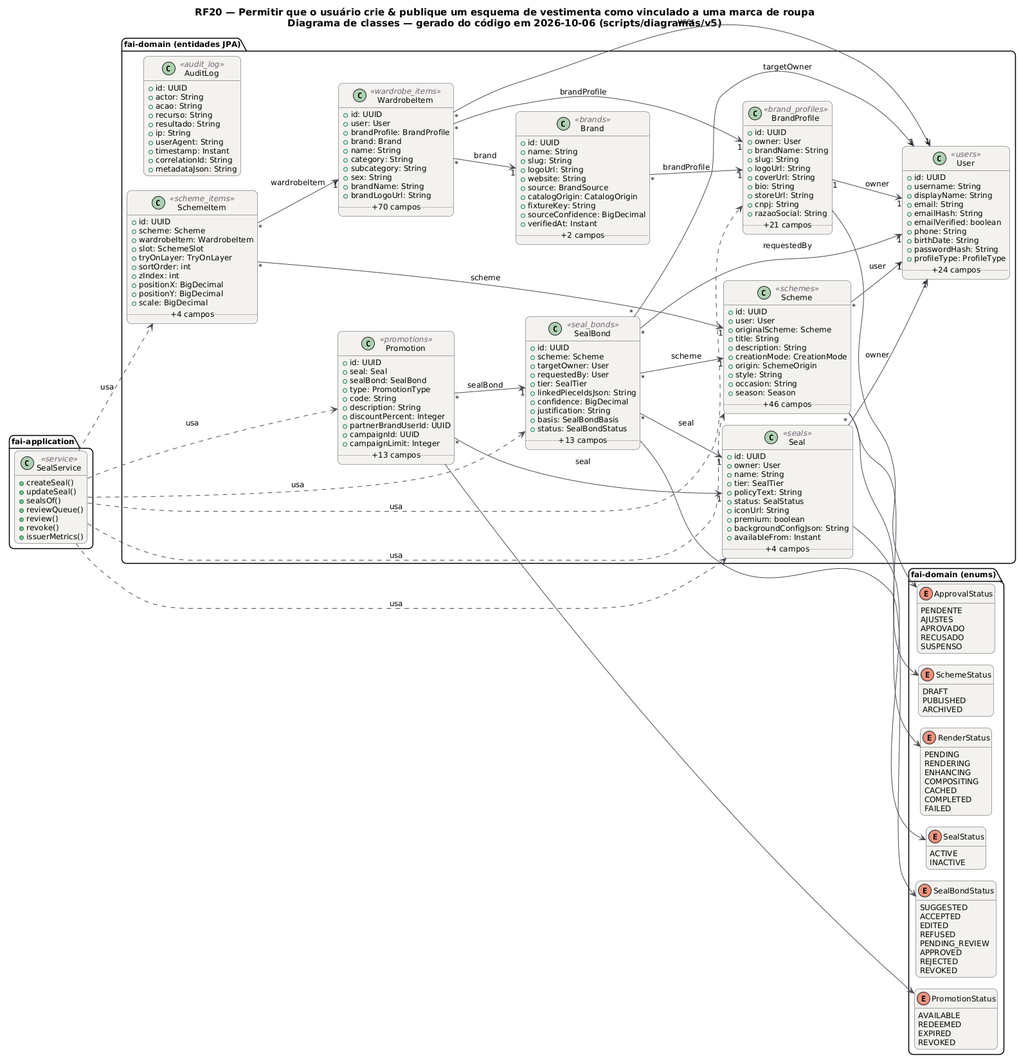
Earlier version of the PlantUML export docs/diagramas/RF20/RF20_Classes.png (MatheusHaliski/tcc-2026-fashion-ai-backend). Source of this version:
```plantuml
@startuml RF20_Classes
!pragma layout smetana
skinparam backgroundColor #FFFFFF
skinparam shadowing false
skinparam defaultFontName "DejaVu Sans"
skinparam defaultFontSize 12
skinparam titleFontSize 15
skinparam roundcorner 14
skinparam ArrowColor #52606D
skinparam note {
  BackgroundColor #FFFDEB
  BorderColor #D8CE78
  FontColor #554F24
}
skinparam class {
  BackgroundColor #F4F2EF
  BorderColor #4A4852
  ArrowColor #4A4852
  StereotypeFontColor #6B6470
}
hide empty members
left to right direction
title RF20 — Permitir que o usuário crie & publique um esquema de vestimenta como vinculado a uma marca de roupa\nDiagrama de classes — gerado do código em 2026-10-06 (scripts/diagramas/v5)

package "fai-domain (entidades JPA)" {
  class AuditLog <<audit_log>> {
    +id: UUID
    +actor: String
    +acao: String
    +recurso: String
    +resultado: String
    +ip: String
    +userAgent: String
    +timestamp: Instant
    +correlationId: String
    +metadataJson: String
  }
  class Brand <<brands>> {
    +id: UUID
    +name: String
    +slug: String
    +logoUrl: String
    +website: String
    +source: BrandSource
    +catalogOrigin: CatalogOrigin
    +fixtureKey: String
    +sourceConfidence: BigDecimal
    +verifiedAt: Instant
    .. +2 campos ..
  }
  class BrandProfile <<brand_profiles>> {
    +id: UUID
    +owner: User
    +brandName: String
    +slug: String
    +logoUrl: String
    +coverUrl: String
    +bio: String
    +storeUrl: String
    +cnpj: String
    +razaoSocial: String
    .. +21 campos ..
  }
  class Promotion <<promotions>> {
    +id: UUID
    +seal: Seal
    +sealBond: SealBond
    +type: PromotionType
    +code: String
    +description: String
    +discountPercent: Integer
    +partnerBrandUserId: UUID
    +campaignId: UUID
    +campaignLimit: Integer
    .. +13 campos ..
  }
  class Scheme <<schemes>> {
    +id: UUID
    +user: User
    +originalScheme: Scheme
    +title: String
    +description: String
    +creationMode: CreationMode
    +origin: SchemeOrigin
    +style: String
    +occasion: String
    +season: Season
    .. +46 campos ..
  }
  class SchemeItem <<scheme_items>> {
    +id: UUID
    +scheme: Scheme
    +wardrobeItem: WardrobeItem
    +slot: SchemeSlot
    +tryOnLayer: TryOnLayer
    +sortOrder: int
    +zIndex: int
    +positionX: BigDecimal
    +positionY: BigDecimal
    +scale: BigDecimal
    .. +4 campos ..
  }
  class Seal <<seals>> {
    +id: UUID
    +owner: User
    +name: String
    +tier: SealTier
    +policyText: String
    +status: SealStatus
    +iconUrl: String
    +premium: boolean
    +backgroundConfigJson: String
    +availableFrom: Instant
    .. +4 campos ..
  }
  class SealBond <<seal_bonds>> {
    +id: UUID
    +scheme: Scheme
    +targetOwner: User
    +requestedBy: User
    +tier: SealTier
    +linkedPieceIdsJson: String
    +confidence: BigDecimal
    +justification: String
    +basis: SealBondBasis
    +status: SealBondStatus
    .. +13 campos ..
  }
  class User <<users>> {
    +id: UUID
    +username: String
    +displayName: String
    +email: String
    +emailHash: String
    +emailVerified: boolean
    +phone: String
    +birthDate: String
    +passwordHash: String
    +profileType: ProfileType
    .. +24 campos ..
  }
  class WardrobeItem <<wardrobe_items>> {
    +id: UUID
    +user: User
    +brandProfile: BrandProfile
    +brand: Brand
    +name: String
    +category: String
    +subcategory: String
    +sex: String
    +brandName: String
    +brandLogoUrl: String
    .. +70 campos ..
  }
}
package "fai-domain (enums)" {
  enum ApprovalStatus {
    PENDENTE
    AJUSTES
    APROVADO
    RECUSADO
    SUSPENSO
  }
  enum PromotionStatus {
    AVAILABLE
    REDEEMED
    EXPIRED
    REVOKED
  }
  enum SchemeStatus {
    DRAFT
    PUBLISHED
    ARCHIVED
  }
  enum RenderStatus {
    PENDING
    RENDERING
    ENHANCING
    COMPOSITING
    CACHED
    COMPLETED
    FAILED
  }
  enum SealStatus {
    ACTIVE
    INACTIVE
  }
  enum SealBondStatus {
    SUGGESTED
    ACCEPTED
    EDITED
    REFUSED
    PENDING_REVIEW
    APPROVED
    REJECTED
    REVOKED
  }
}
package "fai-application" {
  class SealService <<service>> {
    +createSeal()
    +updateSeal()
    +sealsOf()
    +reviewQueue()
    +review()
    +revoke()
    +issuerMetrics()
  }
}
SealService ..> BrandProfile : usa
SealService ..> Promotion : usa
SealService ..> Scheme : usa
SealService ..> SchemeItem : usa
SealService ..> Seal : usa
SealService ..> SealBond : usa
Brand "*" --> "1" BrandProfile : brandProfile
BrandProfile "1" --> "1" User : owner
BrandProfile --> ApprovalStatus
Promotion "*" --> "1" Seal : seal
Promotion "*" --> "1" SealBond : sealBond
Promotion --> PromotionStatus
Scheme "*" --> "1" User : user
Scheme --> RenderStatus
Scheme --> SchemeStatus
SchemeItem "*" --> "1" Scheme : scheme
SchemeItem "*" --> "1" WardrobeItem : wardrobeItem
Seal "*" --> "1" User : owner
Seal --> SealStatus
SealBond "*" --> "1" Scheme : scheme
SealBond "*" --> "1" Seal : seal
SealBond "*" --> "1" User : requestedBy
SealBond "*" --> "1" User : targetOwner
SealBond --> SealBondStatus
WardrobeItem "*" --> "1" Brand : brand
WardrobeItem "*" --> "1" BrandProfile : brandProfile
WardrobeItem "*" --> "1" User : user
@enduml
```
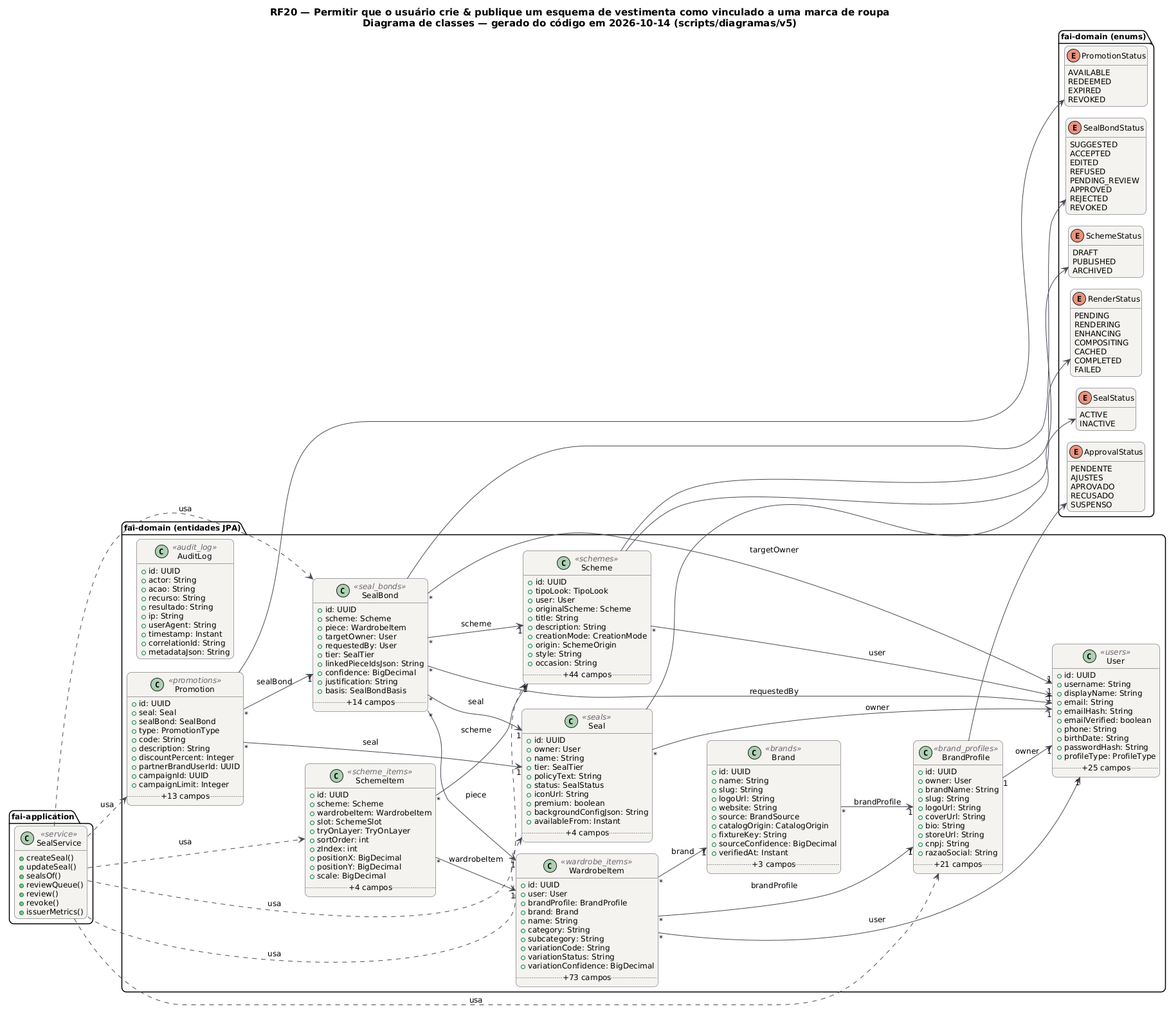
Later version of the same file.

The edit, as a diff of the source:
```diff
@@ -20,7 +20,7 @@
 }
 hide empty members
 left to right direction
-title RF20 — Permitir que o usuário crie & publique um esquema de vestimenta como vinculado a uma marca de roupa\nDiagrama de classes — gerado do código em 2026-10-06 (scripts/diagramas/v5)
+title RF20 — Permitir que o usuário crie & publique um esquema de vestimenta como vinculado a uma marca de roupa\nDiagrama de classes — gerado do código em 2026-10-14 (scripts/diagramas/v5)
 
 package "fai-domain (entidades JPA)" {
   class AuditLog <<audit_log>> {
@@ -46,7 +46,7 @@
     +fixtureKey: String
     +sourceConfidence: BigDecimal
     +verifiedAt: Instant
-    .. +2 campos ..
+    .. +3 campos ..
   }
   class BrandProfile <<brand_profiles>> {
     +id: UUID
@@ -76,6 +76,7 @@
   }
   class Scheme <<schemes>> {
     +id: UUID
+    +tipoLook: TipoLook
     +user: User
     +originalScheme: Scheme
     +title: String
@@ -84,8 +85,7 @@
     +origin: SchemeOrigin
     +style: String
     +occasion: String
-    +season: Season
-    .. +46 campos ..
+    .. +44 campos ..
   }
   class SchemeItem <<scheme_items>> {
     +id: UUID
@@ -116,6 +116,7 @@
   class SealBond <<seal_bonds>> {
     +id: UUID
     +scheme: Scheme
+    +piece: WardrobeItem
     +targetOwner: User
     +requestedBy: User
     +tier: SealTier
@@ -123,8 +124,7 @@
     +confidence: BigDecimal
     +justification: String
     +basis: SealBondBasis
-    +status: SealBondStatus
-    .. +13 campos ..
+    .. +14 campos ..
   }
   class User <<users>> {
     +id: UUID
@@ -137,7 +137,7 @@
     +birthDate: String
     +passwordHash: String
     +profileType: ProfileType
-    .. +24 campos ..
+    .. +25 campos ..
   }
   class WardrobeItem <<wardrobe_items>> {
     +id: UUID
@@ -147,10 +147,10 @@
     +name: String
     +category: String
     +subcategory: String
-    +sex: String
-    +brandName: String
-    +brandLogoUrl: String
-    .. +70 campos ..
+    +variationCode: String
+    +variationStatus: String
+    +variationConfidence: BigDecimal
+    .. +73 campos ..
   }
 }
 package "fai-domain (enums)" {
@@ -230,6 +230,7 @@
 SealBond "*" --> "1" Seal : seal
 SealBond "*" --> "1" User : requestedBy
 SealBond "*" --> "1" User : targetOwner
+SealBond "*" --> "1" WardrobeItem : piece
 SealBond --> SealBondStatus
 WardrobeItem "*" --> "1" Brand : brand
 WardrobeItem "*" --> "1" BrandProfile : brandProfile
```
